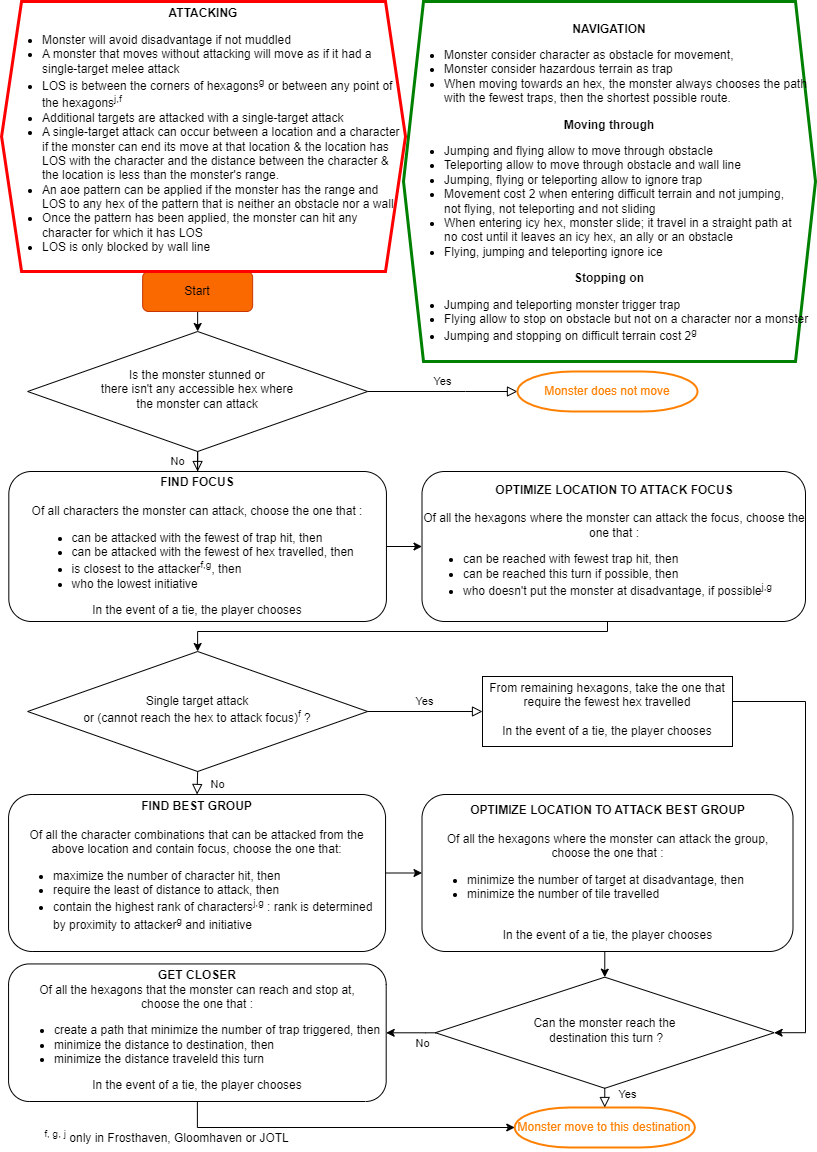
Before: GloomIA_Flowchart.png, a diagram exported from draw.io (Toucan4Life/gloom). Source tidied: cells renumbered, new cells last; positions are measured from the earlier drawing's top-left corner, leaving out a move shared by most shapes.
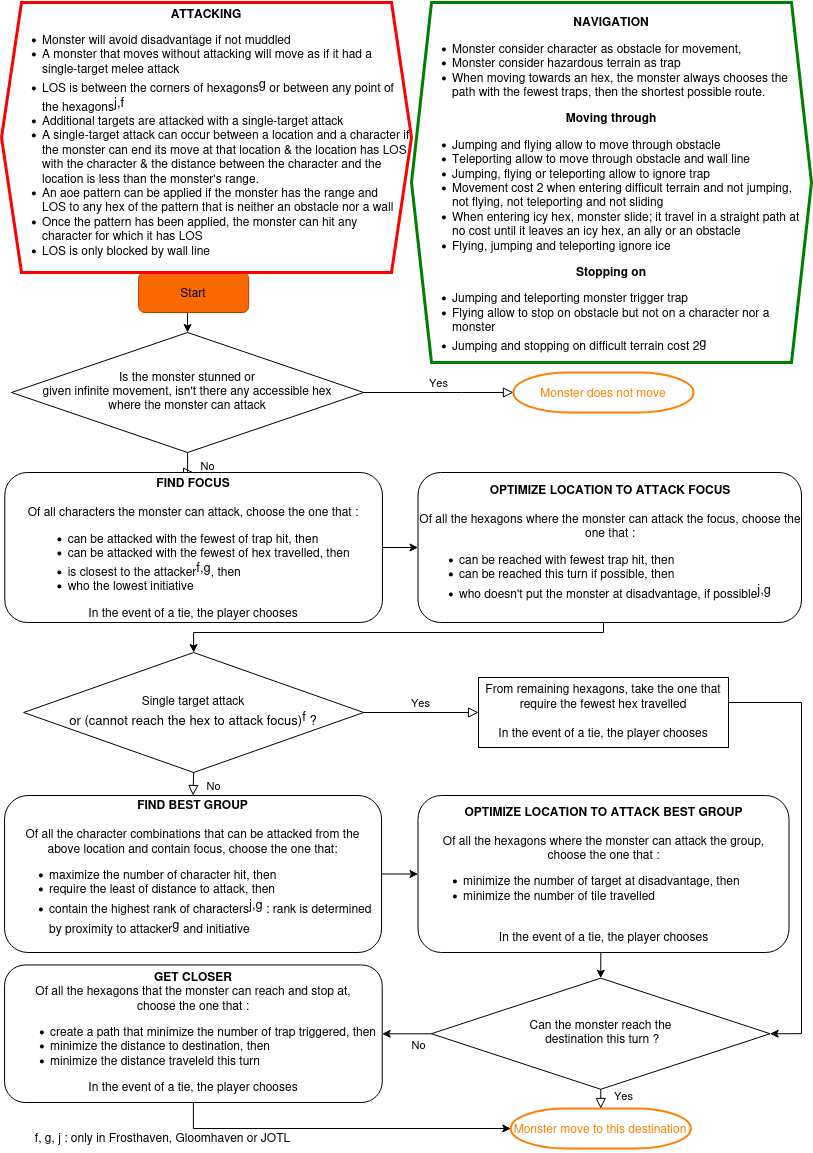
The same diagram one commit later.

Commit message:
make footnote bigger

Change to the diagram source:
```diff
@@ -19,8 +19,8 @@
         </Array>
       </mxGeometry>
     </mxCell>
-    <mxCell id="6" value="&lt;div&gt;Is the monster stunned or&lt;/div&gt;&lt;div&gt;&lt;div&gt;there isn't any accessible hex where&lt;/div&gt;&lt;div&gt;the monster can attack&lt;/div&gt;&lt;/div&gt;" style="rhombus;whiteSpace=wrap;html=1;shadow=0;fontFamily=Helvetica;fontSize=12;align=center;strokeWidth=1;spacing=6;spacingTop=-4;" parent="1" vertex="1">
-      <mxGeometry x="26.1" y="330" width="340" height="120" as="geometry" />
+    <mxCell id="6" value="&lt;div&gt;Is the monster stunned or&lt;/div&gt;&lt;div&gt;&lt;div&gt;given infinite movement, isn't there  any accessible hex &lt;br&gt;&lt;/div&gt;&lt;div&gt;where the monster can attack&lt;/div&gt;&lt;/div&gt;" style="rhombus;whiteSpace=wrap;html=1;shadow=0;fontFamily=Helvetica;fontSize=12;align=center;strokeWidth=1;spacing=6;spacingTop=-4;" parent="1" vertex="1">
+      <mxGeometry x="14" y="330" width="352.1" height="120" as="geometry" />
     </mxCell>
     <mxCell id="7" value="&lt;font color=&quot;#ff8000&quot;&gt;Monster does not move&lt;/font&gt;" style="strokeWidth=2;html=1;shape=mxgraph.flowchart.terminator;whiteSpace=wrap;strokeColor=#ff8000;" parent="1" vertex="1">
       <mxGeometry x="516" y="370" width="180.1" height="40" as="geometry" />
@@ -28,7 +28,7 @@
     <mxCell id="8" style="edgeStyle=orthogonalEdgeStyle;rounded=0;jettySize=auto;html=1;exitX=1;exitY=0.5;exitDx=0;exitDy=0;entryX=0;entryY=0.5;entryDx=0;entryDy=0;" parent="1" edge="1" source="9" target="11">
       <mxGeometry relative="1" as="geometry" />
     </mxCell>
-    <mxCell id="9" value="&lt;div&gt;&lt;b&gt;FIND FOCUS&lt;/b&gt;&lt;br&gt;&lt;/div&gt;&lt;div&gt;&lt;br&gt;&lt;/div&gt;&lt;div&gt;Of all characters the monster can attack, choose the one that : &lt;br&gt;&lt;/div&gt;&lt;div align=&quot;left&quot;&gt;&lt;ul&gt;&lt;li&gt;can be attacked with the fewest of trap hit, then&lt;/li&gt;&lt;li&gt;can be attacked with the fewest of hex travelled, then&lt;/li&gt;&lt;li&gt;is closest to the attacker&lt;sup&gt;f,g&lt;/sup&gt;, then&lt;/li&gt;&lt;li&gt;who the lowest initiative&lt;/li&gt;&lt;/ul&gt;&lt;/div&gt;&lt;div&gt;In the event of a tie, the player chooses&lt;br&gt;&lt;/div&gt;" style="rounded=1;whiteSpace=wrap;html=1;fontSize=12;glass=0;strokeWidth=1;shadow=0;" parent="1" vertex="1">
+    <mxCell id="9" value="&lt;div&gt;&lt;b&gt;FIND FOCUS&lt;/b&gt;&lt;br&gt;&lt;/div&gt;&lt;div&gt;&lt;br&gt;&lt;/div&gt;&lt;div&gt;Of all characters the monster can attack, choose the one that : &lt;br&gt;&lt;/div&gt;&lt;div align=&quot;left&quot;&gt;&lt;ul&gt;&lt;li&gt;can be attacked with the fewest of trap hit, then&lt;/li&gt;&lt;li&gt;can be attacked with the fewest of hex travelled, then&lt;/li&gt;&lt;li&gt;is closest to the attacker&lt;font size=&quot;1&quot;&gt;&lt;sup style=&quot;font-size: 13px;&quot;&gt;f,g&lt;/sup&gt;&lt;/font&gt;, then&lt;/li&gt;&lt;li&gt;who the lowest initiative&lt;/li&gt;&lt;/ul&gt;&lt;/div&gt;&lt;div&gt;In the event of a tie, the player chooses&lt;br&gt;&lt;/div&gt;" style="rounded=1;whiteSpace=wrap;html=1;fontSize=12;glass=0;strokeWidth=1;shadow=0;" parent="1" vertex="1">
       <mxGeometry x="7.3" y="470" width="377.6" height="150" as="geometry" />
     </mxCell>
     <mxCell id="10" style="edgeStyle=orthogonalEdgeStyle;rounded=0;jettySize=auto;html=1;exitX=0.5;exitY=1;exitDx=0;exitDy=0;entryX=0.5;entryY=0;entryDx=0;entryDy=0;" parent="1" edge="1" source="11" target="12">
@@ -40,10 +40,10 @@
         </Array>
       </mxGeometry>
     </mxCell>
-    <mxCell id="11" value="&lt;div&gt;&lt;b&gt;OPTIMIZE LOCATION TO ATTACK FOCUS&lt;/b&gt;&lt;br&gt;&lt;/div&gt;&lt;div&gt;&lt;br&gt;&lt;/div&gt;&lt;div&gt;Of all the hexagons where the monster can attack the focus, choose the one that :&lt;/div&gt;&lt;div align=&quot;left&quot;&gt;&lt;ul&gt;&lt;li&gt;can be reached with fewest trap hit, then&lt;/li&gt;&lt;li&gt;can be reached this turn if possible, then&lt;/li&gt;&lt;li&gt;who doesn't put the monster at disadvantage, if possible&lt;sup&gt;j,g&lt;/sup&gt;&lt;/li&gt;&lt;/ul&gt;&lt;/div&gt;" style="rounded=1;whiteSpace=wrap;html=1;fontSize=12;glass=0;strokeWidth=1;shadow=0;" parent="1" vertex="1">
+    <mxCell id="11" value="&lt;div&gt;&lt;b&gt;OPTIMIZE LOCATION TO ATTACK FOCUS&lt;/b&gt;&lt;br&gt;&lt;/div&gt;&lt;div&gt;&lt;br&gt;&lt;/div&gt;&lt;div&gt;Of all the hexagons where the monster can attack the focus, choose the one that :&lt;/div&gt;&lt;div align=&quot;left&quot;&gt;&lt;ul&gt;&lt;li&gt;can be reached with fewest trap hit, then&lt;/li&gt;&lt;li&gt;can be reached this turn if possible, then&lt;/li&gt;&lt;li&gt;who doesn't put the monster at disadvantage, if possible&lt;sup&gt;&lt;font style=&quot;font-size: 13px;&quot;&gt;j,g&lt;/font&gt;&lt;/sup&gt;&lt;/li&gt;&lt;/ul&gt;&lt;/div&gt;" style="rounded=1;whiteSpace=wrap;html=1;fontSize=12;glass=0;strokeWidth=1;shadow=0;" parent="1" vertex="1">
       <mxGeometry x="420.5" y="470" width="383.5" height="150" as="geometry" />
     </mxCell>
-    <mxCell id="12" value="&lt;div&gt;Single target attack &lt;br&gt;&lt;/div&gt;&lt;div&gt;or (cannot reach the hex to attack focus)&lt;sup&gt;f&lt;/sup&gt; ?&lt;/div&gt;" style="rhombus;whiteSpace=wrap;html=1;shadow=0;fontFamily=Helvetica;fontSize=12;align=center;strokeWidth=1;spacing=6;spacingTop=-4;" parent="1" vertex="1">
+    <mxCell id="12" value="&lt;div&gt;Single target attack &lt;br&gt;&lt;/div&gt;&lt;div style=&quot;font-size: 13px;&quot;&gt;or (cannot reach the hex to attack focus)&lt;sup&gt;&lt;font style=&quot;font-size: 13px;&quot;&gt;f&lt;/font&gt;&lt;/sup&gt; ?&lt;/div&gt;" style="rhombus;whiteSpace=wrap;html=1;shadow=0;fontFamily=Helvetica;fontSize=12;align=center;strokeWidth=1;spacing=6;spacingTop=-4;" parent="1" vertex="1">
       <mxGeometry x="26.1" y="650" width="340" height="120" as="geometry" />
     </mxCell>
     <mxCell id="13" style="edgeStyle=orthogonalEdgeStyle;rounded=0;jettySize=auto;html=1;exitX=1;exitY=0.5;exitDx=0;exitDy=0;entryX=1;entryY=0.5;entryDx=0;entryDy=0;" parent="1" edge="1" source="14" target="21">
@@ -61,7 +61,7 @@
     <mxCell id="15" style="edgeStyle=orthogonalEdgeStyle;rounded=0;jettySize=auto;html=1;exitX=1;exitY=0.5;exitDx=0;exitDy=0;entryX=0;entryY=0.5;entryDx=0;entryDy=0;" parent="1" edge="1" source="16" target="18">
       <mxGeometry relative="1" as="geometry" />
     </mxCell>
-    <mxCell id="16" value="&lt;div&gt;&lt;b&gt;FIND BEST GROUP&lt;/b&gt;&lt;br&gt;&lt;/div&gt;&lt;div&gt;&lt;br&gt;&lt;/div&gt;&lt;div&gt;Of all the character combinations that can be attacked from the above&amp;nbsp;&lt;span style=&quot;background-color: initial;&quot;&gt;location and contain focus, choose the one that:&lt;/span&gt;&lt;/div&gt;&lt;div align=&quot;left&quot;&gt;&lt;ul&gt;&lt;li&gt;maximize the number of character hit, then&lt;/li&gt;&lt;li&gt;require the least of distance to attack, then&lt;/li&gt;&lt;li&gt;contain the highest rank of characters&lt;sup&gt;j,g&lt;/sup&gt; : rank is determined by proximity to attacker&lt;sup&gt;g&lt;/sup&gt; and initiative&lt;/li&gt;&lt;/ul&gt;&lt;/div&gt;" style="whiteSpace=wrap;html=1;shadow=0;strokeWidth=1;spacing=6;spacingTop=-4;rounded=1;" parent="1" vertex="1">
+    <mxCell id="16" value="&lt;div&gt;&lt;b&gt;FIND BEST GROUP&lt;/b&gt;&lt;br&gt;&lt;/div&gt;&lt;div&gt;&lt;br&gt;&lt;/div&gt;&lt;div&gt;Of all the character combinations that can be attacked from the above&amp;nbsp;&lt;span style=&quot;background-color: initial; --darkreader-inline-bgcolor: initial;&quot;&gt;location and contain focus, choose the one that:&lt;/span&gt;&lt;/div&gt;&lt;div align=&quot;left&quot;&gt;&lt;ul&gt;&lt;li&gt;maximize the number of character hit, then&lt;/li&gt;&lt;li&gt;require the least of distance to attack, then&lt;/li&gt;&lt;li&gt;contain the highest rank of characters&lt;sup&gt;&lt;font style=&quot;font-size: 13px;&quot;&gt;j,g&lt;/font&gt;&lt;/sup&gt; : rank is determined by proximity to attacker&lt;sup&gt;&lt;font style=&quot;font-size: 13px;&quot;&gt;g&lt;/font&gt;&lt;/sup&gt; and initiative&lt;/li&gt;&lt;/ul&gt;&lt;/div&gt;" style="whiteSpace=wrap;html=1;shadow=0;strokeWidth=1;spacing=6;spacingTop=-4;rounded=1;" parent="1" vertex="1">
       <mxGeometry x="7.1" y="793" width="377" height="157" as="geometry" />
     </mxCell>
     <mxCell id="17" style="edgeStyle=orthogonalEdgeStyle;rounded=0;jettySize=auto;html=1;exitX=0.5;exitY=1;exitDx=0;exitDy=0;entryX=0.5;entryY=0;entryDx=0;entryDy=0;" parent="1" edge="1" source="18" target="21">
@@ -104,14 +104,14 @@
     <mxCell id="27" value="No" style="rounded=0;html=1;jettySize=auto;fontSize=11;endArrow=block;endFill=0;endSize=8;strokeWidth=1;shadow=0;labelBackgroundColor=none;edgeStyle=orthogonalEdgeStyle;exitX=0.5;exitY=1;exitDx=0;exitDy=0;entryX=0.5;entryY=0;entryDx=0;entryDy=0;" parent="1" edge="1" source="12" target="16">
       <mxGeometry x="0.01" y="20" relative="1" as="geometry" />
     </mxCell>
-    <mxCell id="28" value="&lt;br&gt;&lt;div&gt;&lt;b&gt;NAVIGATION&lt;/b&gt;&lt;/div&gt;&lt;div align=&quot;left&quot;&gt;&lt;ul&gt;&lt;li&gt;Monster consider character as obstacle for movement,&lt;/li&gt;&lt;li&gt;Monster consider hazardous terrain as trap&lt;/li&gt;&lt;li&gt;When moving towards an hex, the monster always chooses the path with the fewest traps, then the shortest possible route.&lt;/li&gt;&lt;/ul&gt;&lt;/div&gt;&lt;div&gt;&lt;b&gt;Moving through&lt;/b&gt;&lt;div&gt;&lt;div align=&quot;left&quot;&gt;&lt;ul&gt;&lt;li&gt;Jumping and flying allow to move through obstacle&lt;/li&gt;&lt;li&gt;Teleporting allow to move through obstacle and wall line&lt;/li&gt;&lt;li&gt;Jumping, flying or teleporting allow to ignore trap&lt;/li&gt;&lt;li&gt;Movement cost 2 when entering difficult terrain and not jumping,&amp;nbsp;&amp;nbsp;&amp;nbsp;&amp;nbsp;&amp;nbsp;&amp;nbsp; not flying, not teleporting and not sliding&lt;/li&gt;&lt;li&gt;When entering icy hex, monster slide; it travel in a straight path at&amp;nbsp;&amp;nbsp; &amp;nbsp; no cost until it leaves an icy hex, an ally or an obstacle&lt;/li&gt;&lt;li&gt;Flying, jumping and teleporting ignore ice&lt;/li&gt;&lt;/ul&gt;&lt;/div&gt;&lt;div&gt;&lt;div align=&quot;center&quot;&gt;&lt;b&gt;Stopping on&lt;/b&gt;&lt;/div&gt;&lt;div align=&quot;left&quot;&gt;&lt;ul&gt;&lt;li&gt;Jumping and teleporting monster trigger trap&lt;/li&gt;&lt;li&gt;Flying allow to stop on obstacle but not on a character nor a monster&lt;br&gt;&lt;/li&gt;&lt;li&gt;Jumping and stopping on difficult terrain cost 2&lt;sup&gt;g&lt;/sup&gt;&lt;/li&gt;&lt;/ul&gt;&lt;/div&gt;&lt;/div&gt;&lt;/div&gt;&lt;/div&gt;" style="shape=hexagon;perimeter=hexagonPerimeter2;whiteSpace=wrap;html=1;fixedSize=1;strokeColor=#008000;strokeWidth=3;" parent="1" vertex="1">
-      <mxGeometry x="402" width="412" height="360" as="geometry" />
+    <mxCell id="28" value="&lt;font style=&quot;font-size: 12px;&quot;&gt;&lt;br&gt;&lt;/font&gt;&lt;div&gt;&lt;font style=&quot;font-size: 12px;&quot;&gt;&lt;b&gt;NAVIGATION&lt;/b&gt;&lt;/font&gt;&lt;/div&gt;&lt;div align=&quot;left&quot;&gt;&lt;ul&gt;&lt;li&gt;&lt;font style=&quot;font-size: 12px;&quot;&gt;Monster consider character as obstacle for movement,&lt;/font&gt;&lt;/li&gt;&lt;li&gt;&lt;font style=&quot;font-size: 12px;&quot;&gt;Monster consider hazardous terrain as trap&lt;/font&gt;&lt;/li&gt;&lt;li&gt;&lt;font style=&quot;font-size: 12px;&quot;&gt;When moving towards an hex, the monster always chooses the path with the fewest traps, then the shortest possible route.&lt;/font&gt;&lt;/li&gt;&lt;/ul&gt;&lt;/div&gt;&lt;div&gt;&lt;font style=&quot;font-size: 12px;&quot;&gt;&lt;b&gt;Moving through&lt;/b&gt;&lt;/font&gt;&lt;div&gt;&lt;div align=&quot;left&quot;&gt;&lt;ul&gt;&lt;li&gt;&lt;font style=&quot;font-size: 12px;&quot;&gt;Jumping and flying allow to move through obstacle&lt;/font&gt;&lt;/li&gt;&lt;li&gt;&lt;font style=&quot;font-size: 12px;&quot;&gt;Teleporting allow to move through obstacle and wall line&lt;/font&gt;&lt;/li&gt;&lt;li&gt;&lt;font style=&quot;font-size: 12px;&quot;&gt;Jumping, flying or teleporting allow to ignore trap&lt;/font&gt;&lt;/li&gt;&lt;li&gt;&lt;font style=&quot;font-size: 12px;&quot;&gt;Movement cost 2 when entering difficult terrain and not jumping,&amp;nbsp; not flying, not teleporting and not sliding&lt;/font&gt;&lt;/li&gt;&lt;li&gt;&lt;font style=&quot;font-size: 12px;&quot;&gt;When entering icy hex, monster slide; it travel in a straight path at&amp;nbsp; no cost until it leaves an icy hex, an ally or an obstacle&lt;/font&gt;&lt;/li&gt;&lt;li&gt;&lt;font style=&quot;font-size: 12px;&quot;&gt;Flying, jumping and teleporting ignore ice&lt;/font&gt;&lt;/li&gt;&lt;/ul&gt;&lt;/div&gt;&lt;div&gt;&lt;div align=&quot;center&quot;&gt;&lt;font style=&quot;font-size: 12px;&quot;&gt;&lt;b&gt;Stopping on&lt;/b&gt;&lt;/font&gt;&lt;/div&gt;&lt;div align=&quot;left&quot;&gt;&lt;ul&gt;&lt;li&gt;&lt;font style=&quot;font-size: 12px;&quot;&gt;Jumping and teleporting monster trigger trap&lt;/font&gt;&lt;/li&gt;&lt;li&gt;&lt;font style=&quot;font-size: 12px;&quot;&gt;Flying allow to stop on obstacle but not on a character nor a monster&lt;br&gt;&lt;/font&gt;&lt;/li&gt;&lt;li style=&quot;&quot;&gt;&lt;font style=&quot;font-size: 12px;&quot;&gt;Jumping and stopping on difficult terrain cost 2&lt;/font&gt;&lt;font size=&quot;1&quot;&gt;&lt;sup style=&quot;font-size: 13px;&quot;&gt;g&lt;/sup&gt;&lt;/font&gt;&lt;/li&gt;&lt;/ul&gt;&lt;/div&gt;&lt;/div&gt;&lt;/div&gt;&lt;/div&gt;" style="shape=hexagon;perimeter=hexagonPerimeter2;whiteSpace=wrap;html=1;fixedSize=1;strokeColor=#008000;strokeWidth=3;" parent="1" vertex="1">
+      <mxGeometry x="414" width="400" height="360" as="geometry" />
     </mxCell>
-    <mxCell id="29" value="&lt;div&gt;&lt;b&gt;ATTACKING&lt;/b&gt;&lt;/div&gt;&lt;div align=&quot;left&quot;&gt;&lt;ul&gt;&lt;li&gt;&lt;div&gt;Monster will avoid disadvantage if not muddled&lt;/div&gt;&lt;/li&gt;&lt;li&gt;&lt;div&gt;A monster that moves without attacking will move as if it had a single-target melee attack&lt;/div&gt;&lt;/li&gt;&lt;li&gt;&lt;div&gt;LOS is between the corners of hexagons&lt;sup&gt;g&lt;/sup&gt; or between any point of the hexagons&lt;sup&gt;j,f&lt;/sup&gt;&lt;/div&gt;&lt;/li&gt;&lt;li&gt;Additional targets are attacked with a single-target attack&lt;/li&gt;&lt;li&gt;A single-target attack can occur between a location and a character if the monster can end its move at that location &amp;amp; the location has LOS with the character and the distance between the character &amp;amp; the location is less than the monster's range.&lt;/li&gt;&lt;li&gt;An aoe pattern can be applied if the monster has the range and&amp;nbsp; &amp;nbsp; LOS to any hex of the pattern that is neither an obstacle nor a wall&lt;/li&gt;&lt;li&gt;Once the pattern has been applied, the monster can hit any character for which it has LOS&lt;/li&gt;&lt;li&gt;LOS is only blocked by wall line&lt;/li&gt;&lt;/ul&gt;&lt;/div&gt;" style="shape=hexagon;perimeter=hexagonPerimeter2;whiteSpace=wrap;html=1;fixedSize=1;strokeColor=#ff0000;strokeWidth=3;" parent="1" vertex="1">
-      <mxGeometry x="0.1" width="403.9" height="270" as="geometry" />
+    <mxCell id="29" value="&lt;div&gt;&lt;font style=&quot;font-size: 12px;&quot;&gt;&lt;b&gt;ATTACKING&lt;/b&gt;&lt;/font&gt;&lt;/div&gt;&lt;div align=&quot;left&quot;&gt;&lt;ul&gt;&lt;li&gt;&lt;div&gt;&lt;font style=&quot;font-size: 12px;&quot;&gt;Monster will avoid disadvantage if not muddled&lt;/font&gt;&lt;/div&gt;&lt;/li&gt;&lt;li&gt;&lt;div&gt;&lt;font style=&quot;font-size: 12px;&quot;&gt;A monster that moves without attacking will move as if it had a single-target melee attack&lt;/font&gt;&lt;/div&gt;&lt;/li&gt;&lt;li&gt;&lt;div&gt;&lt;font style=&quot;font-size: 12px;&quot;&gt;LOS is between the corners of hexagons&lt;/font&gt;&lt;font size=&quot;1&quot;&gt;&lt;sup style=&quot;font-size: 13px;&quot;&gt;g&lt;/sup&gt;&lt;/font&gt;&lt;font style=&quot;font-size: 12px;&quot;&gt; or between any point of the hexagons&lt;/font&gt;&lt;font size=&quot;1&quot;&gt;&lt;sup style=&quot;font-size: 13px;&quot;&gt;j,f&lt;/sup&gt;&lt;/font&gt;&lt;/div&gt;&lt;/li&gt;&lt;li&gt;&lt;font style=&quot;font-size: 12px;&quot;&gt;Additional targets are attacked with a single-target attack&lt;/font&gt;&lt;/li&gt;&lt;li&gt;&lt;font style=&quot;font-size: 12px;&quot;&gt;A single-target attack can occur between a location and a character if the monster can end its move at that location &amp;amp; the location has LOS with the character &amp;amp; the distance between the character and the location is less than the monster's range.&lt;/font&gt;&lt;/li&gt;&lt;li&gt;&lt;font style=&quot;font-size: 12px;&quot;&gt;An aoe pattern can be applied if the monster has the range and&amp;nbsp; &amp;nbsp; LOS to any hex of the pattern that is neither an obstacle nor a wall&lt;/font&gt;&lt;/li&gt;&lt;li&gt;&lt;font style=&quot;font-size: 12px;&quot;&gt;Once the pattern has been applied, the monster can hit any character for which it has LOS&lt;/font&gt;&lt;/li&gt;&lt;li&gt;&lt;font style=&quot;font-size: 12px;&quot;&gt;LOS is only blocked by wall line&lt;/font&gt;&lt;/li&gt;&lt;/ul&gt;&lt;/div&gt;" style="shape=hexagon;perimeter=hexagonPerimeter2;whiteSpace=wrap;html=1;fixedSize=1;strokeColor=#ff0000;strokeWidth=3;" parent="1" vertex="1">
+      <mxGeometry x="4" width="410" height="270" as="geometry" />
     </mxCell>
-    <mxCell id="30" value="&lt;sup&gt;f, g, j&lt;/sup&gt; only in Frosthaven, Gloomhaven or JOTL " style="text;html=1;strokeColor=none;fillColor=none;align=center;verticalAlign=middle;whiteSpace=wrap;rounded=0;" parent="1" vertex="1">
-      <mxGeometry x="7.1" y="1120" width="316.7" height="30" as="geometry" />
+    <mxCell id="30" value="f, g, j : only in Frosthaven, Gloomhaven or JOTL " style="text;html=1;strokeColor=none;fillColor=none;align=center;verticalAlign=middle;whiteSpace=wrap;rounded=0;" parent="1" vertex="1">
+      <mxGeometry x="7.3" y="1120" width="316.7" height="30" as="geometry" />
     </mxCell>
   </root>
 </mxGraphModel>
```
